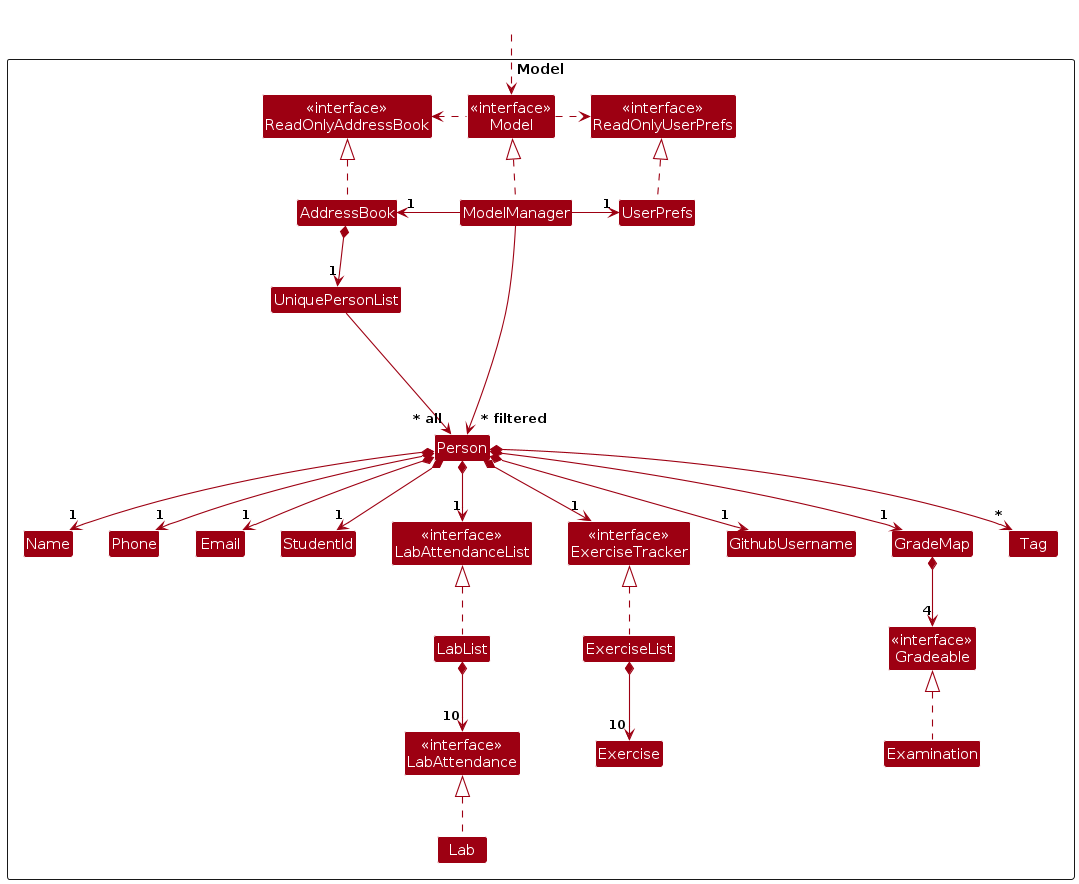
The PlantUML diagram diagrams/ModelClassDiagram.png in AY2526S1-CS2103T-T09-3/tp, before a commit. Its source is kept beside it as diagrams/ModelClassDiagram.puml.
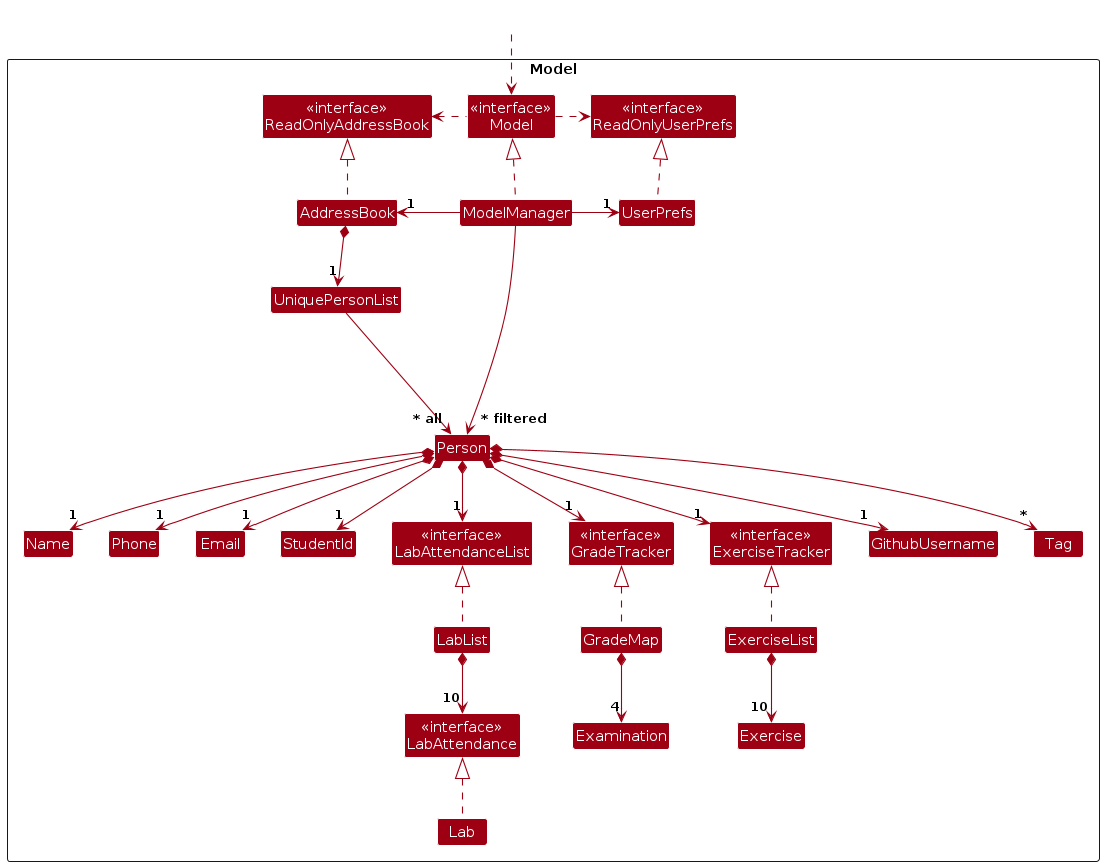
Above is the later version.

Change to the diagram source:
```diff
@@ -18,6 +18,7 @@
   Class GithubUsername
   Class ExerciseList
   Class "<<interface>>\nExerciseTracker" as ExerciseTracker
+   Class "<<interface>>\nGradeTracker" as GradeTracker
   Class "<<interface>>\nLabAttendanceList" as LabAttendanceList
   Class LabList
   Class GradeMap
@@ -28,7 +29,6 @@
   Class Exercise
   Class "<<interface>>\nLabAttendance" as LabAttendance
   Class Lab
-  Class "<<interface>>\nGradeable" as Gradeable
   Class Examination
 
   Class I #FFFFFF
@@ -51,8 +51,8 @@
 
 LabList .up.|> LabAttendanceList
 ExerciseList .up.|> ExerciseTracker
+GradeMap .up.|> GradeTracker
 Lab .up.|> LabAttendance
-Examination .up.|> Gradeable
 
 Person *--> "1" StudentId
 Person *--> "1" Name
@@ -61,14 +61,14 @@
 Person *--> "1" GithubUsername
 Person *--> "1" ExerciseTracker
 Person *--> "1" LabAttendanceList
-Person *--> "1" GradeMap
+Person *--> "1" GradeTracker
 Person *--> "*" Tag
 
 
 
 ExerciseList *--> "10" Exercise
 LabList *--> "10" LabAttendance
-GradeMap *--> "4" Gradeable
+GradeMap *--> "4" Examination
 
 Person -[hidden]up--> I
 UniquePersonList -[hidden]right-> I
```
